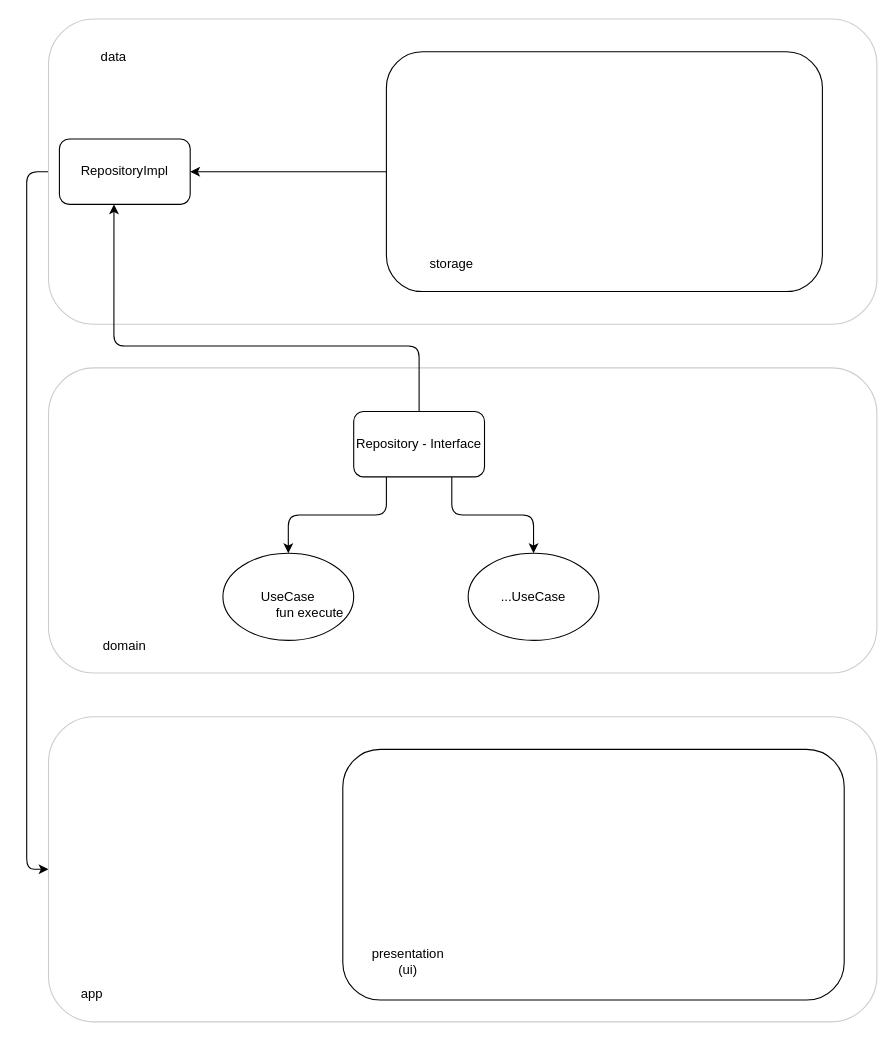
Earlier version of the draw.io diagram clean_arcitecture/AndroidCleanArcitectureDiagram.drawio (Proskurnikov/docs-android). Source tidied: cells renumbered, new cells numbered last; positions are measured from the earlier drawing's top-left corner, leaving out a move shared by most shapes. Both pictures are drawn from the tidied source at 109%, with x=0, y=0 at pixel (48, 19).
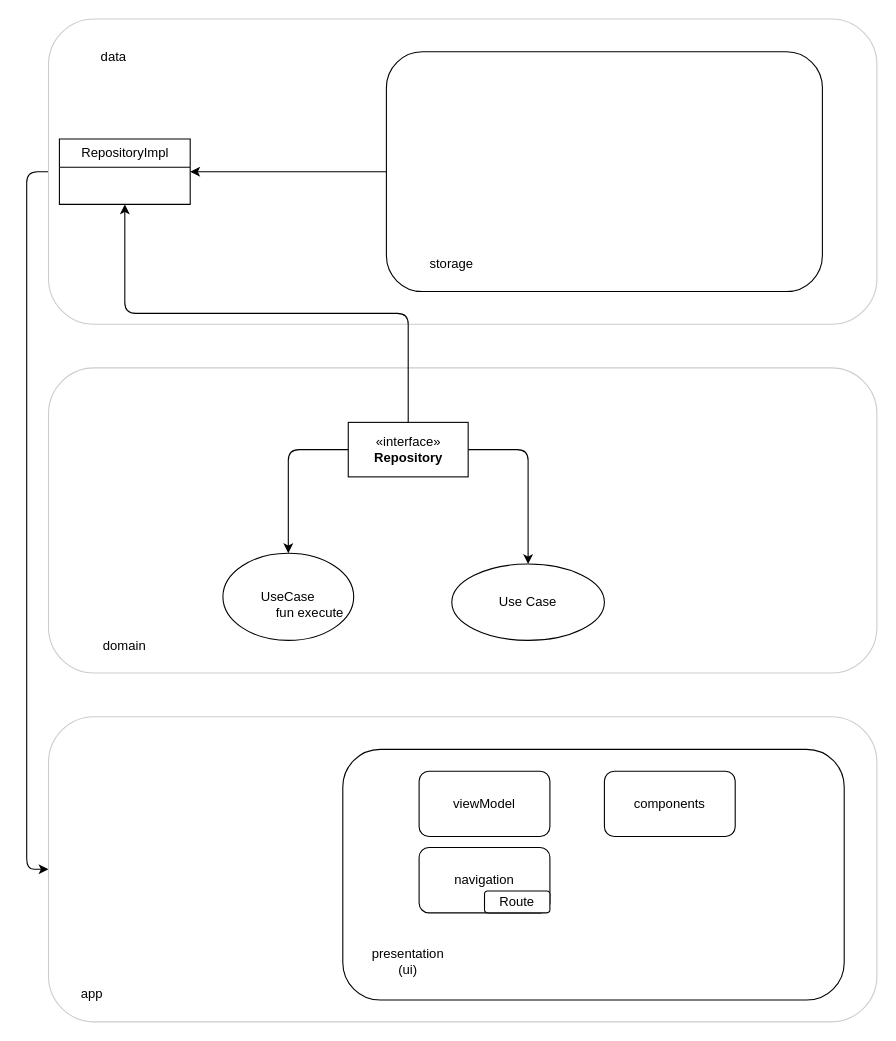
Above is the later version.

Commit message (it also covers changes not shown here):
Update clean architecture schema

The change refers to these unchanged cells:
```xml
<mxCell id="19" value="UseCase" style="ellipse;whiteSpace=wrap;html=1;rounded=1;shadow=0;glass=0;sketch=0;" parent="2" vertex="1">
  <mxGeometry x="160" y="490" width="120" height="80" as="geometry" />
</mxCell>
```

Diff of the diagram source:
```diff
@@
+    <mxCell id="23" style="rounded=1;whiteSpace=wrap;html=1;" parent="1" vertex="1">
+      <mxGeometry x="320" y="430" width="120" height="60" as="geometry" />
+    </mxCell>
@@
-    <mxCell id="6" style="edgeStyle=orthogonalEdgeStyle;rounded=1;jettySize=auto;html=1;exitX=0.5;exitY=0;exitDx=0;exitDy=0;entryX=0.417;entryY=1;entryDx=0;entryDy=0;entryPerimeter=0;" parent="2" edge="1" source="18" target="22">
-      <mxGeometry relative="1" as="geometry">
-        <Array as="points">
-          <mxPoint x="340" y="300" />
-          <mxPoint x="60" y="300" />
-        </Array>
-      </mxGeometry>
-    </mxCell>
@@
-    <mxCell id="16" style="edgeStyle=orthogonalEdgeStyle;rounded=1;jettySize=auto;html=1;exitX=0.25;exitY=1;exitDx=0;exitDy=0;" parent="2" edge="1" source="18" target="19">
+    <mxCell id="16" style="edgeStyle=orthogonalEdgeStyle;rounded=1;jettySize=auto;html=1;exitX=0;exitY=0.5;exitDx=0;exitDy=0;" parent="2" edge="1" source="29" target="19">
       <mxGeometry relative="1" as="geometry" />
     </mxCell>
-    <mxCell id="17" style="edgeStyle=orthogonalEdgeStyle;rounded=1;jettySize=auto;html=1;exitX=0.75;exitY=1;exitDx=0;exitDy=0;" parent="2" edge="1" source="18" target="20">
+    <mxCell id="17" style="edgeStyle=orthogonalEdgeStyle;rounded=1;jettySize=auto;html=1;exitX=1;exitY=0.5;exitDx=0;exitDy=0;entryX=0.5;entryY=0;entryDx=0;entryDy=0;" parent="2" edge="1" source="29" target="30">
       <mxGeometry relative="1" as="geometry" />
     </mxCell>
-    <mxCell id="18" value="Repository - Interface" style="rounded=1;whiteSpace=wrap;html=1;shadow=0;glass=0;sketch=0;" parent="2" vertex="1">
-      <mxGeometry x="280" y="360" width="120" height="60" as="geometry" />
-    </mxCell>
@@
-    <mxCell id="20" value="...UseCase" style="ellipse;whiteSpace=wrap;html=1;rounded=1;shadow=0;glass=0;sketch=0;" parent="2" vertex="1">
-      <mxGeometry x="385" y="490" width="120" height="80" as="geometry" />
-    </mxCell>
@@
-    <mxCell id="22" value="RepositoryImpl" style="rounded=1;whiteSpace=wrap;html=1;shadow=0;glass=0;sketch=0;" parent="2" vertex="1">
+    <mxCell id="22" value="RepositoryImpl" style="swimlane;fontStyle=0;horizontal=1;startSize=26;fillColor=rgb(255, 255, 255);shadow=0;fontFamily=Helvetica;fontSize=12;fontColor=rgb(0, 0, 0);align=center;strokeColor=rgb(0, 0, 0);html=1;sketch=0;" parent="2" vertex="1">
       <mxGeometry x="10" y="110" width="120" height="60" as="geometry" />
     </mxCell>
+    <mxCell id="24" value="viewModel" style="rounded=1;whiteSpace=wrap;html=1;" parent="2" vertex="1">
+      <mxGeometry x="340" y="690" width="120" height="60" as="geometry" />
+    </mxCell>
+    <mxCell id="25" value="navigation" style="rounded=1;whiteSpace=wrap;html=1;" parent="2" vertex="1">
+      <mxGeometry x="340" y="760" width="120" height="60" as="geometry" />
+    </mxCell>
+    <mxCell id="26" value="components" style="rounded=1;whiteSpace=wrap;html=1;" parent="2" vertex="1">
+      <mxGeometry x="510" y="690" width="120" height="60" as="geometry" />
+    </mxCell>
+    <mxCell id="27" value="Route" style="rounded=1;whiteSpace=wrap;html=1;" parent="2" vertex="1">
+      <mxGeometry x="400" y="800" width="60" height="20" as="geometry" />
+    </mxCell>
+    <mxCell id="28" style="edgeStyle=orthogonalEdgeStyle;rounded=1;jettySize=auto;html=1;exitX=0.5;exitY=0;exitDx=0;exitDy=0;entryX=0.5;entryY=1;entryDx=0;entryDy=0;" parent="2" edge="1" source="29" target="22">
+      <mxGeometry relative="1" as="geometry" />
+    </mxCell>
+    <mxCell id="29" value="«interface»&lt;br&gt;&lt;b&gt;Repository&lt;/b&gt;" style="html=1;" parent="2" vertex="1">
+      <mxGeometry x="275" y="370" width="110" height="50" as="geometry" />
+    </mxCell>
+    <mxCell id="30" value="Use Case" style="ellipse;whiteSpace=wrap;html=1;" parent="2" vertex="1">
+      <mxGeometry x="370" y="500" width="140" height="70" as="geometry" />
+    </mxCell>
```
